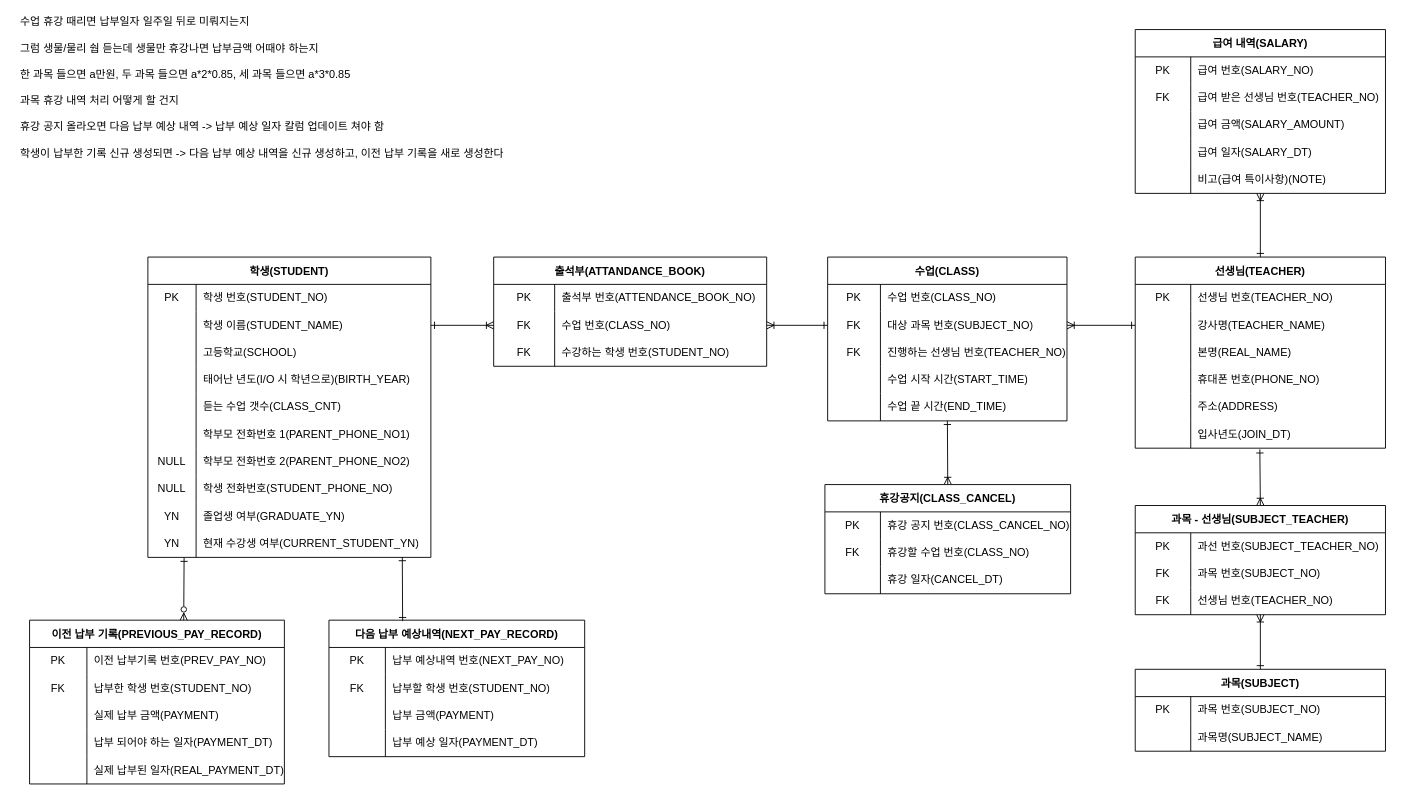
Earlier version of the draw.io diagram sosu db.drawio (sosu-academy/sosu-backend). Source tidied: cells renumbered, new cells numbered last; positions are measured from the earlier drawing's top-left corner, leaving out a move shared by most shapes. Both pictures are drawn from the tidied source at 91%, with x=0, y=0 at pixel (15, 25).
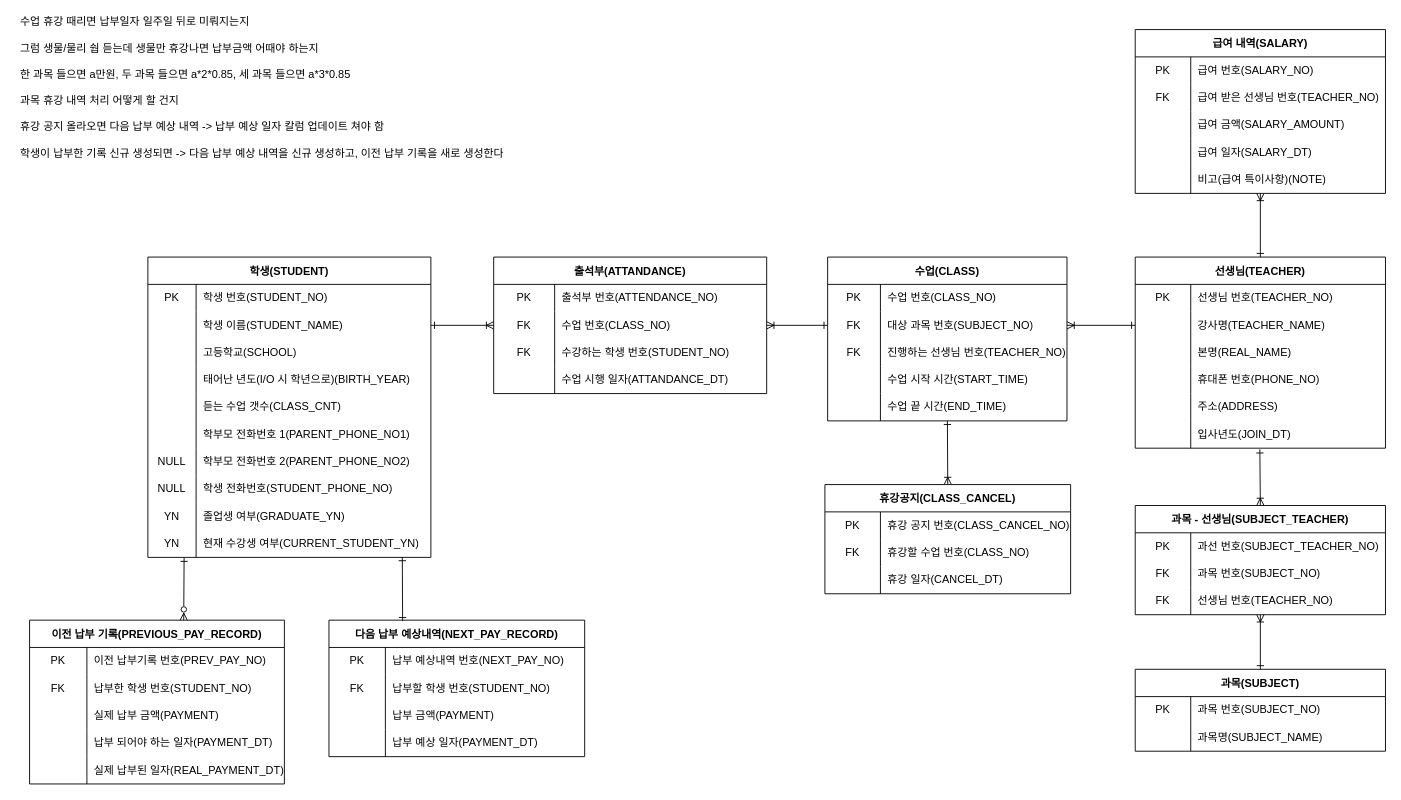
The same page after the edit.

Unchanged cells that the change refers to:
```xml
<mxCell id="89" style="shape=tableRow;horizontal=0;startSize=0;swimlaneHead=0;swimlaneBody=0;top=0;left=0;bottom=0;right=0;fillColor=none;" parent="88" vertex="1">
  <mxGeometry y="30" width="300" height="30" as="geometry" />
</mxCell>
<mxCell id="92" style="shape=tableRow;horizontal=0;startSize=0;swimlaneHead=0;swimlaneBody=0;top=0;left=0;bottom=0;right=0;fillColor=none;points=[[0,0.5],[1,0.5]];portConstraint=eastwest;" parent="88" vertex="1">
  <mxGeometry y="60" width="300" height="30" as="geometry" />
</mxCell>
<mxCell id="95" style="shape=tableRow;horizontal=0;startSize=0;swimlaneHead=0;swimlaneBody=0;top=0;left=0;bottom=0;right=0;fillColor=none;" parent="88" vertex="1">
  <mxGeometry y="90" width="300" height="30" as="geometry" />
</mxCell>
```

Diff of the diagram source:
```diff
@@
-    <mxCell id="88" value="출석부(ATTANDANCE_BOOK)" style="shape=table;startSize=30;childLayout=tableLayout;rowLines=0;fontStyle=1;" parent="1" vertex="1">
-      <mxGeometry x="525" y="255" width="300" height="120" as="geometry" />
+    <mxCell id="88" value="출석부(ATTANDANCE)" style="shape=table;startSize=30;childLayout=tableLayout;rowLines=0;fontStyle=1;" parent="1" vertex="1">
+      <mxGeometry x="525" y="255" width="300" height="150" as="geometry" />
     </mxCell>
@@
-    <mxCell id="91" value="출석부 번호(ATTENDANCE_BOOK_NO)" style="shape=partialRectangle;html=1;whiteSpace=wrap;fillColor=none;top=0;left=0;bottom=0;right=0;align=left;spacingLeft=6;overflow=hidden;" parent="89" vertex="1">
-      <mxGeometry x="67" width="233" height="30" as="geometry" />
-    </mxCell>
+    <mxCell id="160" value="출석부 번호(ATTENDANCE_NO)" style="shape=partialRectangle;html=1;whiteSpace=wrap;fillColor=none;top=0;left=0;bottom=0;right=0;align=left;spacingLeft=6;overflow=hidden;" parent="89" vertex="1">
+      <mxGeometry x="67" width="233" height="30" as="geometry" />
+    </mxCell>
@@
-    <mxCell id="93" value="FK" style="shape=partialRectangle;html=1;whiteSpace=wrap;fillColor=none;top=0;left=0;bottom=0;right=0;overflow=hidden;" parent="92" vertex="1">
-      <mxGeometry width="67" height="30" as="geometry" />
-    </mxCell>
+    <mxCell id="161" value="FK" style="shape=partialRectangle;html=1;whiteSpace=wrap;fillColor=none;top=0;left=0;bottom=0;right=0;overflow=hidden;" parent="92" vertex="1">
+      <mxGeometry width="67" height="30" as="geometry" />
+    </mxCell>
@@
-    <mxCell id="96" value="FK" style="shape=partialRectangle;html=1;whiteSpace=wrap;fillColor=none;top=0;left=0;bottom=0;right=0;overflow=hidden;" parent="95" vertex="1">
-      <mxGeometry width="67" height="30" as="geometry" />
-    </mxCell>
+    <mxCell id="162" value="FK" style="shape=partialRectangle;html=1;whiteSpace=wrap;fillColor=none;top=0;left=0;bottom=0;right=0;overflow=hidden;" parent="95" vertex="1">
+      <mxGeometry width="67" height="30" as="geometry" />
+    </mxCell>
@@
+    <mxCell id="163" style="shape=tableRow;horizontal=0;startSize=0;swimlaneHead=0;swimlaneBody=0;top=0;left=0;bottom=0;right=0;fillColor=none;" parent="88" vertex="1">
+      <mxGeometry y="120" width="300" height="30" as="geometry" />
+    </mxCell>
+    <mxCell id="164" style="shape=partialRectangle;html=1;whiteSpace=wrap;fillColor=none;top=0;left=0;bottom=0;right=0;overflow=hidden;" parent="163" vertex="1">
+      <mxGeometry width="67" height="30" as="geometry" />
+    </mxCell>
+    <mxCell id="165" value="수업 시행 일자(ATTANDANCE_DT)" style="shape=partialRectangle;html=1;whiteSpace=wrap;fillColor=none;top=0;left=0;bottom=0;right=0;align=left;spacingLeft=6;overflow=hidden;" parent="163" vertex="1">
+      <mxGeometry x="67" width="233" height="30" as="geometry" />
+    </mxCell>
```
